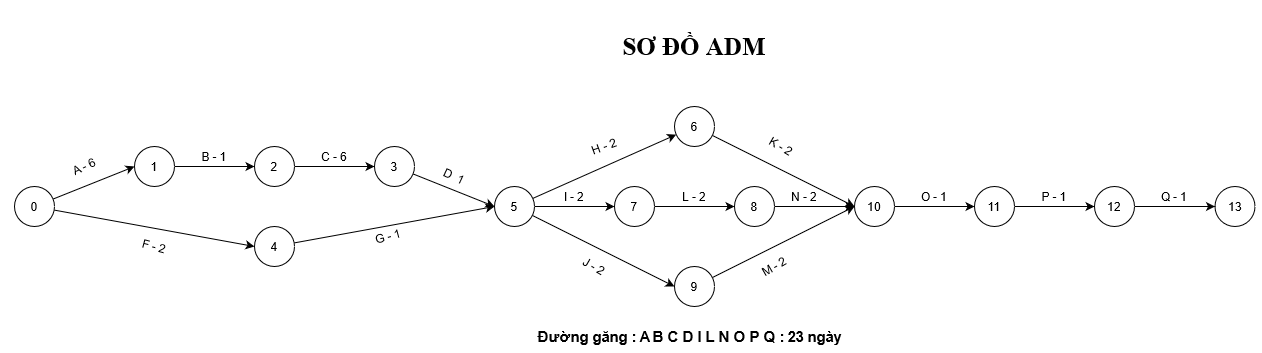
Above: Documents/ADM_Chart.png in H2Q318/HQN-Team (draw.io), before the change. Source tidied: cells renumbered, new cells last; positions are measured from the earlier drawing's top-left corner, leaving out a move shared by most shapes.
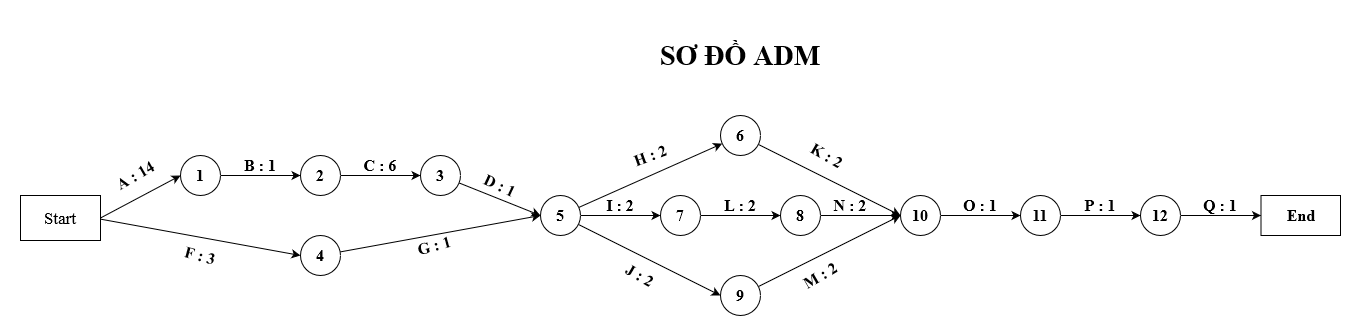
Later version of the same file.

Change to the diagram source:
```diff
@@ -2,151 +2,152 @@
   <root>
     <mxCell id="0" />
     <mxCell id="1" parent="0" />
-    <mxCell id="2" style="rounded=0;jettySize=auto;html=1;entryX=0;entryY=0.5;entryDx=0;entryDy=0;" parent="1" edge="1" source="4" target="6">
+    <mxCell id="2" style="rounded=0;jettySize=auto;html=1;entryX=0;entryY=0.5;entryDx=0;entryDy=0;exitX=1;exitY=0.5;exitDx=0;exitDy=0;fontFamily=Times New Roman;fontSize=16;fontStyle=1;" parent="1" edge="1" source="50" target="6">
       <mxGeometry relative="1" as="geometry" />
     </mxCell>
-    <mxCell id="3" style="edgeStyle=none;rounded=0;jettySize=auto;html=1;entryX=0;entryY=0.5;entryDx=0;entryDy=0;" parent="1" edge="1" source="4" target="10">
-      <mxGeometry relative="1" as="geometry" />
+    <mxCell id="3" style="edgeStyle=none;rounded=0;jettySize=auto;html=1;entryX=0;entryY=0.5;entryDx=0;entryDy=0;fontFamily=Times New Roman;fontSize=16;fontStyle=1;" parent="1" edge="1" target="10">
+      <mxGeometry relative="1" as="geometry">
+        <mxPoint x="39.7" y="183.6" as="sourcePoint" />
+      </mxGeometry>
     </mxCell>
-    <mxCell id="4" value="0" style="ellipse;whiteSpace=wrap;html=1;" parent="1" vertex="1">
-      <mxGeometry y="160" width="40" height="40" as="geometry" />
-    </mxCell>
-    <mxCell id="5" style="edgeStyle=none;rounded=0;jettySize=auto;html=1;entryX=0;entryY=0.5;entryDx=0;entryDy=0;" parent="1" edge="1" source="6" target="8">
+    <mxCell id="5" style="edgeStyle=none;rounded=0;jettySize=auto;html=1;entryX=0;entryY=0.5;entryDx=0;entryDy=0;fontFamily=Times New Roman;fontSize=16;fontStyle=1;" parent="1" edge="1" source="6" target="8">
       <mxGeometry relative="1" as="geometry" />
     </mxCell>
-    <mxCell id="6" value="1" style="ellipse;whiteSpace=wrap;html=1;" parent="1" vertex="1">
+    <mxCell id="6" value="1" style="ellipse;whiteSpace=wrap;html=1;fontFamily=Times New Roman;fontSize=16;fontStyle=1;" parent="1" vertex="1">
       <mxGeometry x="120" y="120" width="40" height="40" as="geometry" />
     </mxCell>
-    <mxCell id="7" style="edgeStyle=none;rounded=0;jettySize=auto;html=1;entryX=0;entryY=0.5;entryDx=0;entryDy=0;" parent="1" edge="1" source="8" target="12">
+    <mxCell id="7" style="edgeStyle=none;rounded=0;jettySize=auto;html=1;entryX=0;entryY=0.5;entryDx=0;entryDy=0;fontFamily=Times New Roman;fontSize=16;fontStyle=1;" parent="1" edge="1" source="8" target="12">
       <mxGeometry relative="1" as="geometry" />
     </mxCell>
-    <mxCell id="8" value="2" style="ellipse;whiteSpace=wrap;html=1;" parent="1" vertex="1">
+    <mxCell id="8" value="2" style="ellipse;whiteSpace=wrap;html=1;fontFamily=Times New Roman;fontSize=16;fontStyle=1;" parent="1" vertex="1">
       <mxGeometry x="240" y="120" width="40" height="40" as="geometry" />
     </mxCell>
-    <mxCell id="9" style="edgeStyle=none;rounded=0;jettySize=auto;html=1;entryX=0;entryY=0.5;entryDx=0;entryDy=0;" parent="1" edge="1" source="10" target="16">
+    <mxCell id="9" style="edgeStyle=none;rounded=0;jettySize=auto;html=1;entryX=0;entryY=0.5;entryDx=0;entryDy=0;fontFamily=Times New Roman;fontSize=16;fontStyle=1;" parent="1" edge="1" source="10" target="16">
       <mxGeometry relative="1" as="geometry" />
     </mxCell>
-    <mxCell id="10" value="4" style="ellipse;whiteSpace=wrap;html=1;" parent="1" vertex="1">
+    <mxCell id="10" value="4" style="ellipse;whiteSpace=wrap;html=1;fontFamily=Times New Roman;fontSize=16;fontStyle=1;" parent="1" vertex="1">
       <mxGeometry x="240" y="200" width="40" height="40" as="geometry" />
     </mxCell>
-    <mxCell id="11" style="edgeStyle=none;rounded=0;jettySize=auto;html=1;entryX=0;entryY=0.5;entryDx=0;entryDy=0;" parent="1" edge="1" source="12" target="16">
+    <mxCell id="11" style="edgeStyle=none;rounded=0;jettySize=auto;html=1;entryX=0;entryY=0.5;entryDx=0;entryDy=0;fontFamily=Times New Roman;fontSize=16;fontStyle=1;" parent="1" edge="1" source="12" target="16">
       <mxGeometry relative="1" as="geometry" />
     </mxCell>
-    <mxCell id="12" value="3" style="ellipse;whiteSpace=wrap;html=1;" parent="1" vertex="1">
+    <mxCell id="12" value="3" style="ellipse;whiteSpace=wrap;html=1;fontFamily=Times New Roman;fontSize=16;fontStyle=1;" parent="1" vertex="1">
       <mxGeometry x="360" y="120" width="40" height="40" as="geometry" />
     </mxCell>
-    <mxCell id="13" style="edgeStyle=none;rounded=0;jettySize=auto;html=1;" parent="1" edge="1" source="16" target="18">
+    <mxCell id="13" style="edgeStyle=none;rounded=0;jettySize=auto;html=1;fontFamily=Times New Roman;fontSize=16;fontStyle=1;" parent="1" edge="1" source="16" target="18">
       <mxGeometry relative="1" as="geometry" />
     </mxCell>
-    <mxCell id="14" style="edgeStyle=none;rounded=0;jettySize=auto;html=1;entryX=0;entryY=0.5;entryDx=0;entryDy=0;" parent="1" edge="1" source="16" target="20">
+    <mxCell id="14" style="edgeStyle=none;rounded=0;jettySize=auto;html=1;entryX=0;entryY=0.5;entryDx=0;entryDy=0;fontFamily=Times New Roman;fontSize=16;fontStyle=1;" parent="1" edge="1" source="16" target="20">
       <mxGeometry relative="1" as="geometry" />
     </mxCell>
-    <mxCell id="15" style="edgeStyle=none;rounded=0;jettySize=auto;html=1;entryX=0;entryY=0.5;entryDx=0;entryDy=0;" parent="1" edge="1" source="16" target="24">
+    <mxCell id="15" style="edgeStyle=none;rounded=0;jettySize=auto;html=1;entryX=0;entryY=0.5;entryDx=0;entryDy=0;fontFamily=Times New Roman;fontSize=16;fontStyle=1;" parent="1" edge="1" source="16" target="24">
       <mxGeometry relative="1" as="geometry" />
     </mxCell>
-    <mxCell id="16" value="5" style="ellipse;whiteSpace=wrap;html=1;" parent="1" vertex="1">
+    <mxCell id="16" value="5" style="ellipse;whiteSpace=wrap;html=1;fontFamily=Times New Roman;fontSize=16;fontStyle=1;" parent="1" vertex="1">
       <mxGeometry x="480" y="160" width="40" height="40" as="geometry" />
     </mxCell>
-    <mxCell id="17" style="edgeStyle=none;rounded=0;jettySize=auto;html=1;entryX=0;entryY=0.5;entryDx=0;entryDy=0;" parent="1" edge="1" source="18" target="26">
+    <mxCell id="17" style="edgeStyle=none;rounded=0;jettySize=auto;html=1;entryX=0;entryY=0.5;entryDx=0;entryDy=0;fontFamily=Times New Roman;fontSize=16;fontStyle=1;" parent="1" edge="1" source="18" target="26">
       <mxGeometry relative="1" as="geometry" />
     </mxCell>
-    <mxCell id="18" value="6" style="ellipse;whiteSpace=wrap;html=1;" parent="1" vertex="1">
+    <mxCell id="18" value="6" style="ellipse;whiteSpace=wrap;html=1;fontFamily=Times New Roman;fontSize=16;fontStyle=1;" parent="1" vertex="1">
       <mxGeometry x="660" y="80" width="40" height="40" as="geometry" />
     </mxCell>
-    <mxCell id="19" style="edgeStyle=none;rounded=0;jettySize=auto;html=1;entryX=0;entryY=0.5;entryDx=0;entryDy=0;" parent="1" edge="1" source="20" target="22">
+    <mxCell id="19" style="edgeStyle=none;rounded=0;jettySize=auto;html=1;entryX=0;entryY=0.5;entryDx=0;entryDy=0;fontFamily=Times New Roman;fontSize=16;fontStyle=1;" parent="1" edge="1" source="20" target="22">
       <mxGeometry relative="1" as="geometry" />
     </mxCell>
-    <mxCell id="20" value="7" style="ellipse;whiteSpace=wrap;html=1;" parent="1" vertex="1">
+    <mxCell id="20" value="7" style="ellipse;whiteSpace=wrap;html=1;fontFamily=Times New Roman;fontSize=16;fontStyle=1;" parent="1" vertex="1">
       <mxGeometry x="600" y="160" width="40" height="40" as="geometry" />
     </mxCell>
-    <mxCell id="21" style="edgeStyle=none;rounded=0;jettySize=auto;html=1;" parent="1" edge="1" source="22">
+    <mxCell id="21" style="edgeStyle=none;rounded=0;jettySize=auto;html=1;fontFamily=Times New Roman;fontSize=16;fontStyle=1;" parent="1" edge="1" source="22">
       <mxGeometry relative="1" as="geometry">
         <mxPoint x="840" y="180" as="targetPoint" />
       </mxGeometry>
     </mxCell>
-    <mxCell id="22" value="8" style="ellipse;whiteSpace=wrap;html=1;" parent="1" vertex="1">
+    <mxCell id="22" value="8" style="ellipse;whiteSpace=wrap;html=1;fontFamily=Times New Roman;fontSize=16;fontStyle=1;" parent="1" vertex="1">
       <mxGeometry x="720" y="160" width="40" height="40" as="geometry" />
     </mxCell>
-    <mxCell id="23" style="edgeStyle=none;rounded=0;jettySize=auto;html=1;entryX=0;entryY=0.5;entryDx=0;entryDy=0;" parent="1" edge="1" source="24" target="26">
+    <mxCell id="23" style="edgeStyle=none;rounded=0;jettySize=auto;html=1;entryX=0;entryY=0.5;entryDx=0;entryDy=0;fontFamily=Times New Roman;fontSize=16;fontStyle=1;" parent="1" edge="1" source="24" target="26">
       <mxGeometry relative="1" as="geometry" />
     </mxCell>
-    <mxCell id="24" value="9" style="ellipse;whiteSpace=wrap;html=1;" parent="1" vertex="1">
+    <mxCell id="24" value="9" style="ellipse;whiteSpace=wrap;html=1;fontFamily=Times New Roman;fontSize=16;fontStyle=1;" parent="1" vertex="1">
       <mxGeometry x="660" y="240" width="40" height="40" as="geometry" />
     </mxCell>
-    <mxCell id="25" style="edgeStyle=none;rounded=0;jettySize=auto;html=1;entryX=0;entryY=0.5;entryDx=0;entryDy=0;" parent="1" edge="1" source="26" target="28">
+    <mxCell id="25" style="edgeStyle=none;rounded=0;jettySize=auto;html=1;entryX=0;entryY=0.5;entryDx=0;entryDy=0;fontFamily=Times New Roman;fontSize=16;fontStyle=1;" parent="1" edge="1" source="26" target="28">
       <mxGeometry relative="1" as="geometry" />
     </mxCell>
-    <mxCell id="26" value="10" style="ellipse;whiteSpace=wrap;html=1;" parent="1" vertex="1">
+    <mxCell id="26" value="10" style="ellipse;whiteSpace=wrap;html=1;fontFamily=Times New Roman;fontSize=16;fontStyle=1;" parent="1" vertex="1">
       <mxGeometry x="840" y="160" width="40" height="40" as="geometry" />
     </mxCell>
-    <mxCell id="27" style="edgeStyle=none;rounded=0;jettySize=auto;html=1;entryX=0;entryY=0.5;entryDx=0;entryDy=0;" parent="1" edge="1" source="28" target="30">
+    <mxCell id="27" style="edgeStyle=none;rounded=0;jettySize=auto;html=1;entryX=0;entryY=0.5;entryDx=0;entryDy=0;fontFamily=Times New Roman;fontSize=16;fontStyle=1;" parent="1" edge="1" source="28" target="30">
       <mxGeometry relative="1" as="geometry" />
     </mxCell>
-    <mxCell id="28" value="11" style="ellipse;whiteSpace=wrap;html=1;" parent="1" vertex="1">
+    <mxCell id="28" value="11" style="ellipse;whiteSpace=wrap;html=1;fontFamily=Times New Roman;fontSize=16;fontStyle=1;" parent="1" vertex="1">
       <mxGeometry x="960" y="160" width="40" height="40" as="geometry" />
     </mxCell>
-    <mxCell id="29" style="edgeStyle=none;rounded=0;jettySize=auto;html=1;entryX=0;entryY=0.5;entryDx=0;entryDy=0;" parent="1" edge="1" source="30" target="31">
-      <mxGeometry relative="1" as="geometry" />
+    <mxCell id="29" style="edgeStyle=none;rounded=0;jettySize=auto;html=1;entryX=0;entryY=0.5;entryDx=0;entryDy=0;fontFamily=Times New Roman;fontSize=16;fontStyle=1;" parent="1" edge="1" source="30">
+      <mxGeometry relative="1" as="geometry">
+        <mxPoint x="1200.5" y="180" as="targetPoint" />
+      </mxGeometry>
     </mxCell>
-    <mxCell id="30" value="12" style="ellipse;whiteSpace=wrap;html=1;" parent="1" vertex="1">
+    <mxCell id="30" value="12" style="ellipse;whiteSpace=wrap;html=1;fontFamily=Times New Roman;fontSize=16;fontStyle=1;" parent="1" vertex="1">
       <mxGeometry x="1080" y="160" width="40" height="40" as="geometry" />
     </mxCell>
-    <mxCell id="31" value="13" style="ellipse;whiteSpace=wrap;html=1;" parent="1" vertex="1">
-      <mxGeometry x="1200.5" y="160" width="40" height="40" as="geometry" />
-    </mxCell>
-    <mxCell id="32" value="A - 6" style="text;html=1;strokeColor=none;fillColor=none;align=center;verticalAlign=middle;whiteSpace=wrap;rounded=0;rotation=-25;" parent="1" vertex="1">
-      <mxGeometry x="50" y="130" width="40" height="20" as="geometry" />
+    <mxCell id="32" value="A : 14" style="text;html=1;strokeColor=none;fillColor=none;align=center;verticalAlign=middle;whiteSpace=wrap;rounded=0;rotation=-30;fontFamily=Times New Roman;fontSize=16;fontStyle=1;" parent="1" vertex="1">
+      <mxGeometry x="49.5" y="130" width="50" height="20" as="geometry" />
     </mxCell>
-    <mxCell id="33" value="B - 1" style="text;html=1;strokeColor=none;fillColor=none;align=center;verticalAlign=middle;whiteSpace=wrap;rounded=0;" parent="1" vertex="1">
+    <mxCell id="33" value="B : 1" style="text;html=1;strokeColor=none;fillColor=none;align=center;verticalAlign=middle;whiteSpace=wrap;rounded=0;fontFamily=Times New Roman;fontSize=16;fontStyle=1;" parent="1" vertex="1">
       <mxGeometry x="180" y="120" width="40" height="20" as="geometry" />
     </mxCell>
-    <mxCell id="34" value="C - 6" style="text;html=1;strokeColor=none;fillColor=none;align=center;verticalAlign=middle;whiteSpace=wrap;rounded=0;" parent="1" vertex="1">
+    <mxCell id="34" value="C : 6" style="text;html=1;strokeColor=none;fillColor=none;align=center;verticalAlign=middle;whiteSpace=wrap;rounded=0;fontFamily=Times New Roman;fontSize=16;fontStyle=1;" parent="1" vertex="1">
       <mxGeometry x="300" y="120" width="40" height="20" as="geometry" />
     </mxCell>
-    <mxCell id="35" value="J - 2" style="text;html=1;strokeColor=none;fillColor=none;align=center;verticalAlign=middle;whiteSpace=wrap;rounded=0;rotation=30;" parent="1" vertex="1">
+    <mxCell id="35" value="J : 2" style="text;html=1;strokeColor=none;fillColor=none;align=center;verticalAlign=middle;whiteSpace=wrap;rounded=0;rotation=30;fontFamily=Times New Roman;fontSize=16;fontStyle=1;" parent="1" vertex="1">
       <mxGeometry x="560" y="230" width="40" height="20" as="geometry" />
     </mxCell>
-    <mxCell id="36" value="K - 2" style="text;html=1;strokeColor=none;fillColor=none;align=center;verticalAlign=middle;whiteSpace=wrap;rounded=0;rotation=30;" parent="1" vertex="1">
+    <mxCell id="36" value="K : 2" style="text;html=1;strokeColor=none;fillColor=none;align=center;verticalAlign=middle;whiteSpace=wrap;rounded=0;rotation=30;fontFamily=Times New Roman;fontSize=16;fontStyle=1;" parent="1" vertex="1">
       <mxGeometry x="747" y="110" width="40" height="20" as="geometry" />
     </mxCell>
-    <mxCell id="37" value="H - 2" style="text;html=1;strokeColor=none;fillColor=none;align=center;verticalAlign=middle;whiteSpace=wrap;rounded=0;rotation=-20;" parent="1" vertex="1">
+    <mxCell id="37" value="H : 2" style="text;html=1;strokeColor=none;fillColor=none;align=center;verticalAlign=middle;whiteSpace=wrap;rounded=0;rotation=-20;fontFamily=Times New Roman;fontSize=16;fontStyle=1;" parent="1" vertex="1">
       <mxGeometry x="570" y="110" width="40" height="20" as="geometry" />
     </mxCell>
-    <mxCell id="38" value="N - 2" style="text;html=1;strokeColor=none;fillColor=none;align=center;verticalAlign=middle;whiteSpace=wrap;rounded=0;" parent="1" vertex="1">
+    <mxCell id="38" value="N : 2" style="text;html=1;strokeColor=none;fillColor=none;align=center;verticalAlign=middle;whiteSpace=wrap;rounded=0;fontFamily=Times New Roman;fontSize=16;fontStyle=1;" parent="1" vertex="1">
       <mxGeometry x="770" y="160" width="40" height="20" as="geometry" />
     </mxCell>
-    <mxCell id="39" value="L - 2" style="text;html=1;strokeColor=none;fillColor=none;align=center;verticalAlign=middle;whiteSpace=wrap;rounded=0;" parent="1" vertex="1">
+    <mxCell id="39" value="L : 2" style="text;html=1;strokeColor=none;fillColor=none;align=center;verticalAlign=middle;whiteSpace=wrap;rounded=0;fontFamily=Times New Roman;fontSize=16;fontStyle=1;" parent="1" vertex="1">
       <mxGeometry x="660" y="160" width="40" height="20" as="geometry" />
     </mxCell>
-    <mxCell id="40" value="I - 2" style="text;html=1;strokeColor=none;fillColor=none;align=center;verticalAlign=middle;whiteSpace=wrap;rounded=0;" parent="1" vertex="1">
+    <mxCell id="40" value="I : 2" style="text;html=1;strokeColor=none;fillColor=none;align=center;verticalAlign=middle;whiteSpace=wrap;rounded=0;fontFamily=Times New Roman;fontSize=16;fontStyle=1;" parent="1" vertex="1">
       <mxGeometry x="540" y="160" width="40" height="20" as="geometry" />
     </mxCell>
-    <mxCell id="41" value="D&amp;nbsp; 1" style="text;html=1;strokeColor=none;fillColor=none;align=center;verticalAlign=middle;whiteSpace=wrap;rounded=0;rotation=25;" parent="1" vertex="1">
+    <mxCell id="41" value="D : 1" style="text;html=1;strokeColor=none;fillColor=none;align=center;verticalAlign=middle;whiteSpace=wrap;rounded=0;rotation=25;fontFamily=Times New Roman;fontSize=16;fontStyle=1;" parent="1" vertex="1">
       <mxGeometry x="420" y="140" width="40" height="20" as="geometry" />
     </mxCell>
-    <mxCell id="42" value="G - 1" style="text;html=1;strokeColor=none;fillColor=none;align=center;verticalAlign=middle;whiteSpace=wrap;rounded=0;rotation=-15;" parent="1" vertex="1">
+    <mxCell id="42" value="G : 1" style="text;html=1;strokeColor=none;fillColor=none;align=center;verticalAlign=middle;whiteSpace=wrap;rounded=0;rotation=-15;fontFamily=Times New Roman;fontSize=16;fontStyle=1;" parent="1" vertex="1">
       <mxGeometry x="354" y="200" width="40" height="20" as="geometry" />
     </mxCell>
-    <mxCell id="43" value="F - 2" style="text;html=1;strokeColor=none;fillColor=none;align=center;verticalAlign=middle;whiteSpace=wrap;rounded=0;rotation=15;" parent="1" vertex="1">
+    <mxCell id="43" value="F : 3" style="text;html=1;strokeColor=none;fillColor=none;align=center;verticalAlign=middle;whiteSpace=wrap;rounded=0;rotation=15;fontFamily=Times New Roman;fontSize=16;fontStyle=1;" parent="1" vertex="1">
       <mxGeometry x="120" y="210" width="40" height="20" as="geometry" />
     </mxCell>
-    <mxCell id="44" value="O - 1" style="text;html=1;strokeColor=none;fillColor=none;align=center;verticalAlign=middle;whiteSpace=wrap;rounded=0;" parent="1" vertex="1">
+    <mxCell id="44" value="O : 1" style="text;html=1;strokeColor=none;fillColor=none;align=center;verticalAlign=middle;whiteSpace=wrap;rounded=0;fontFamily=Times New Roman;fontSize=16;fontStyle=1;" parent="1" vertex="1">
       <mxGeometry x="900" y="160" width="40" height="20" as="geometry" />
     </mxCell>
-    <mxCell id="45" value="M - 2" style="text;html=1;strokeColor=none;fillColor=none;align=center;verticalAlign=middle;whiteSpace=wrap;rounded=0;rotation=-30;" parent="1" vertex="1">
+    <mxCell id="45" value="M : 2" style="text;html=1;strokeColor=none;fillColor=none;align=center;verticalAlign=middle;whiteSpace=wrap;rounded=0;rotation=-30;fontFamily=Times New Roman;fontSize=16;fontStyle=1;" parent="1" vertex="1">
       <mxGeometry x="740" y="230" width="40" height="20" as="geometry" />
     </mxCell>
-    <mxCell id="46" value="Q - 1" style="text;html=1;strokeColor=none;fillColor=none;align=center;verticalAlign=middle;whiteSpace=wrap;rounded=0;" parent="1" vertex="1">
+    <mxCell id="46" value="Q : 1" style="text;html=1;strokeColor=none;fillColor=none;align=center;verticalAlign=middle;whiteSpace=wrap;rounded=0;fontFamily=Times New Roman;fontSize=16;fontStyle=1;" parent="1" vertex="1">
       <mxGeometry x="1140" y="160" width="40" height="20" as="geometry" />
     </mxCell>
-    <mxCell id="47" value="P - 1" style="text;html=1;strokeColor=none;fillColor=none;align=center;verticalAlign=middle;whiteSpace=wrap;rounded=0;" parent="1" vertex="1">
+    <mxCell id="47" value="P : 1" style="text;html=1;strokeColor=none;fillColor=none;align=center;verticalAlign=middle;whiteSpace=wrap;rounded=0;fontFamily=Times New Roman;fontSize=16;fontStyle=1;" parent="1" vertex="1">
       <mxGeometry x="1020" y="160" width="40" height="20" as="geometry" />
     </mxCell>
-    <mxCell id="48" value="&lt;h1 style=&quot;font-size: 25px&quot;&gt;&lt;font style=&quot;font-size: 25px&quot; face=&quot;Times New Roman&quot;&gt;SƠ ĐỒ ADM&lt;/font&gt;&lt;/h1&gt;" style="text;html=1;strokeColor=none;fillColor=none;align=center;verticalAlign=middle;whiteSpace=wrap;rounded=0;" parent="1" vertex="1">
+    <mxCell id="48" value="&lt;h1 style=&quot;font-size: 28px&quot;&gt;&lt;font style=&quot;font-size: 28px&quot;&gt;SƠ ĐỒ ADM&lt;/font&gt;&lt;/h1&gt;" style="text;html=1;strokeColor=none;fillColor=none;align=center;verticalAlign=middle;whiteSpace=wrap;rounded=0;fontFamily=Times New Roman;fontSize=16;fontStyle=1;" parent="1" vertex="1">
       <mxGeometry x="560" width="240" height="40" as="geometry" />
     </mxCell>
-    <mxCell id="49" value="&lt;font style=&quot;font-size: 15px&quot;&gt;&lt;b&gt;Đường găng : A B C D I L N O P Q : 23 ngày&lt;br&gt;&lt;/b&gt;&lt;/font&gt;" style="text;html=1;strokeColor=none;fillColor=none;align=center;verticalAlign=middle;whiteSpace=wrap;rounded=0;" parent="1" vertex="1">
-      <mxGeometry x="510" y="300" width="330" height="20" as="geometry" />
-    </mxCell>
+    <mxCell id="50" value="Start" style="rounded=0;whiteSpace=wrap;html=1;fontFamily=Times New Roman;fontSize=17;" parent="1" vertex="1">
+      <mxGeometry x="-40" y="160" width="80" height="45" as="geometry" />
+    </mxCell>
+    <mxCell id="51" value="End" style="rounded=0;whiteSpace=wrap;html=1;fontFamily=Times New Roman;fontSize=16;fontStyle=1;" parent="1" vertex="1">
+      <mxGeometry x="1200.5" y="160" width="79.5" height="40" as="geometry" />
+    </mxCell>
   </root>
 </mxGraphModel>
```
